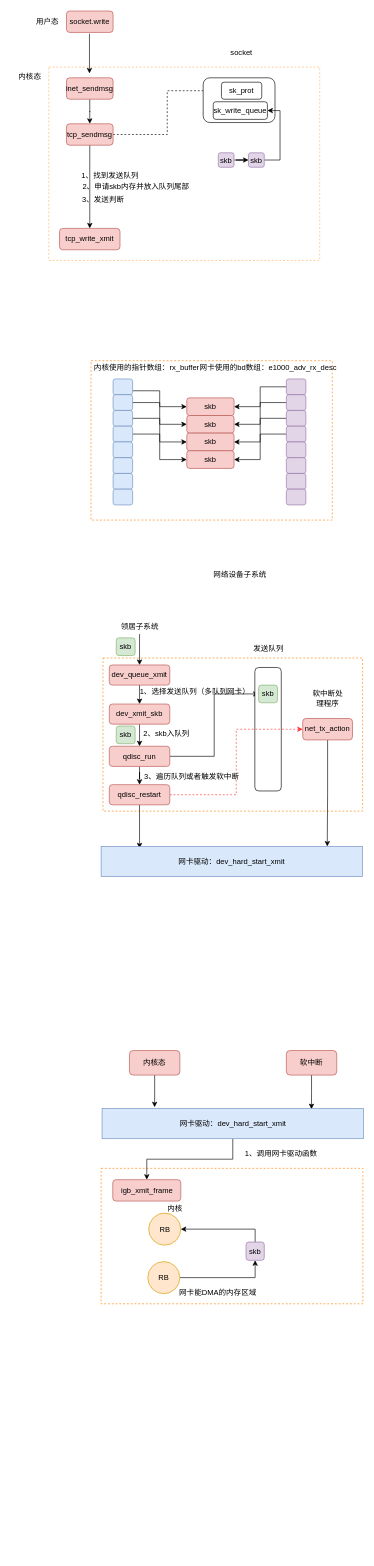
Earlier version of the draw.io diagram linux/Linux内核是如何发送数据的.drawio (xmopen/drawio). Source tidied: cells renumbered, new cells numbered last; positions are measured from the earlier drawing's top-left corner, leaving out a move shared by most shapes. Both pictures are drawn from the tidied source at 63%, with x=0, y=0 at pixel (11, 11).
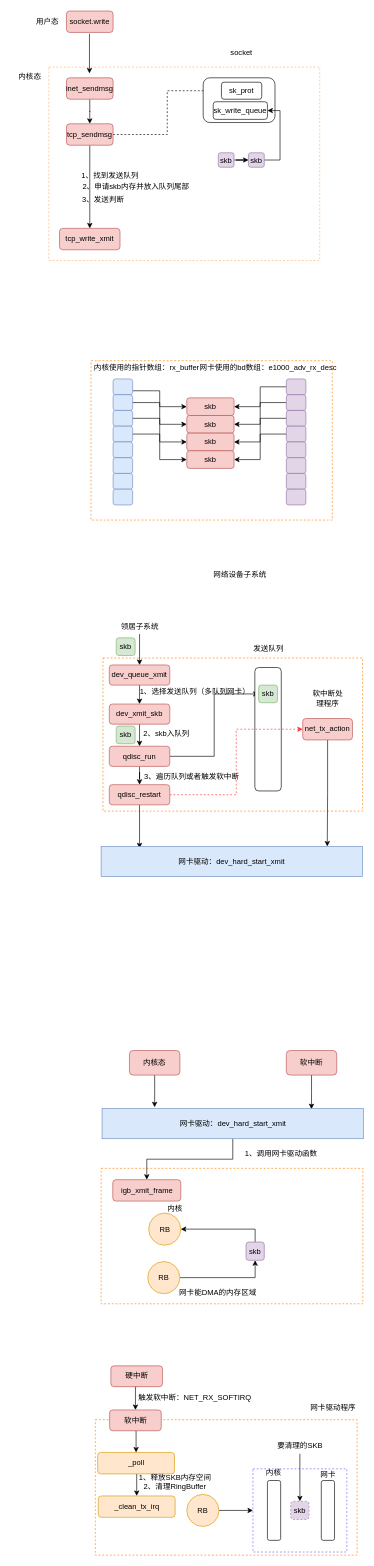
Above is the later version.

Commit message:
feat：网卡清理数据

Change to the diagram source:
```diff
@@
+    <mxCell id="97" style="rounded=0;whiteSpace=wrap;html=1;dashed=1;strokeColor=#FF8000;" parent="1" vertex="1">
+      <mxGeometry x="133.8" y="2236" width="415.5" height="215" as="geometry" />
+    </mxCell>
+    <mxCell id="98" value="网卡驱动程序" style="text;html=1;strokeColor=none;fillColor=none;align=center;verticalAlign=middle;whiteSpace=wrap;rounded=0;" parent="1" vertex="1">
+      <mxGeometry x="473" y="2204" width="77" height="26" as="geometry" />
+    </mxCell>
+    <mxCell id="99" style="edgeStyle=orthogonalEdgeStyle;rounded=0;jettySize=auto;html=1;exitX=0.5;exitY=1;exitDx=0;exitDy=0;entryX=0.5;entryY=0;entryDx=0;entryDy=0;" parent="1" edge="1" source="100" target="102">
+      <mxGeometry relative="1" as="geometry" />
+    </mxCell>
+    <mxCell id="100" value="硬中断" style="rounded=1;whiteSpace=wrap;html=1;fillColor=#f8cecc;strokeColor=#b85450;" parent="1" vertex="1">
+      <mxGeometry x="158.5" y="2150.5" width="82" height="33" as="geometry" />
+    </mxCell>
+    <mxCell id="101" style="edgeStyle=orthogonalEdgeStyle;rounded=0;jettySize=auto;html=1;exitX=0.5;exitY=1;exitDx=0;exitDy=0;entryX=0.5;entryY=0;entryDx=0;entryDy=0;" parent="1" edge="1" source="102" target="105">
+      <mxGeometry relative="1" as="geometry" />
+    </mxCell>
+    <mxCell id="102" value="软中断" style="rounded=1;whiteSpace=wrap;html=1;fillColor=#f8cecc;strokeColor=#b85450;" parent="1" vertex="1">
+      <mxGeometry x="156.5" y="2220.5" width="82" height="33" as="geometry" />
+    </mxCell>
+    <mxCell id="103" value="触发软中断：NET_RX_SOFTIRQ" style="text;html=1;strokeColor=none;fillColor=none;align=center;verticalAlign=middle;whiteSpace=wrap;rounded=0;" parent="1" vertex="1">
+      <mxGeometry x="187" y="2186" width="210" height="32" as="geometry" />
+    </mxCell>
+    <mxCell id="104" style="edgeStyle=orthogonalEdgeStyle;rounded=0;jettySize=auto;html=1;exitX=0.5;exitY=1;exitDx=0;exitDy=0;entryX=0.5;entryY=0;entryDx=0;entryDy=0;" parent="1" edge="1" source="105" target="106">
+      <mxGeometry relative="1" as="geometry" />
+    </mxCell>
+    <mxCell id="105" value="_poll" style="rounded=1;whiteSpace=wrap;html=1;fillColor=#ffe6cc;strokeColor=#d79b00;" parent="1" vertex="1">
+      <mxGeometry x="137.5" y="2288" width="122" height="34" as="geometry" />
+    </mxCell>
+    <mxCell id="106" value="_clean_tx_irq" style="rounded=1;whiteSpace=wrap;html=1;fillColor=#ffe6cc;strokeColor=#d79b00;" parent="1" vertex="1">
+      <mxGeometry x="138.5" y="2357" width="122" height="34" as="geometry" />
+    </mxCell>
+    <mxCell id="107" value="1、释放SKB内存空间&lt;br&gt;2、清理RingBuffer" style="text;html=1;strokeColor=none;fillColor=none;align=center;verticalAlign=middle;whiteSpace=wrap;rounded=0;" parent="1" vertex="1">
+      <mxGeometry x="193" y="2322" width="135" height="25" as="geometry" />
+    </mxCell>
+    <mxCell id="108" style="edgeStyle=orthogonalEdgeStyle;rounded=0;jettySize=auto;html=1;exitX=1;exitY=0.5;exitDx=0;exitDy=0;entryX=0;entryY=0.5;entryDx=0;entryDy=0;" parent="1" edge="1" source="109" target="110">
+      <mxGeometry relative="1" as="geometry" />
+    </mxCell>
+    <mxCell id="109" value="RB" style="ellipse;whiteSpace=wrap;html=1;fillColor=#ffe6cc;strokeColor=#d79b00;" parent="1" vertex="1">
+      <mxGeometry x="279" y="2354.5" width="51" height="51" as="geometry" />
+    </mxCell>
+    <mxCell id="110" style="rounded=0;whiteSpace=wrap;html=1;dashed=1;strokeColor=#6666FF;" parent="1" vertex="1">
+      <mxGeometry x="384" y="2314" width="149" height="132" as="geometry" />
+    </mxCell>
+    <mxCell id="111" style="rounded=1;whiteSpace=wrap;html=1;" parent="1" vertex="1">
+      <mxGeometry x="407" y="2332.5" width="21" height="95" as="geometry" />
+    </mxCell>
+    <mxCell id="112" style="rounded=1;whiteSpace=wrap;html=1;" parent="1" vertex="1">
+      <mxGeometry x="492.5" y="2332.5" width="21" height="95" as="geometry" />
+    </mxCell>
+    <mxCell id="113" value="skb" style="rounded=1;whiteSpace=wrap;html=1;fillColor=#e1d5e7;strokeColor=#9673a6;dashed=1;" parent="1" vertex="1">
+      <mxGeometry x="444" y="2365.5" width="29" height="29" as="geometry" />
+    </mxCell>
+    <mxCell id="114" value="内核" style="text;html=1;strokeColor=none;fillColor=none;align=center;verticalAlign=middle;whiteSpace=wrap;rounded=0;" parent="1" vertex="1">
+      <mxGeometry x="387" y="2305" width="60" height="30" as="geometry" />
+    </mxCell>
+    <mxCell id="115" value="网卡" style="text;html=1;strokeColor=none;fillColor=none;align=center;verticalAlign=middle;whiteSpace=wrap;rounded=0;" parent="1" vertex="1">
+      <mxGeometry x="480.5" y="2311" width="45" height="24" as="geometry" />
+    </mxCell>
+    <mxCell id="116" style="edgeStyle=orthogonalEdgeStyle;rounded=0;jettySize=auto;html=1;exitX=0.5;exitY=1;exitDx=0;exitDy=0;entryX=0.5;entryY=0;entryDx=0;entryDy=0;" parent="1" edge="1" source="117" target="113">
+      <mxGeometry relative="1" as="geometry" />
+    </mxCell>
+    <mxCell id="117" value="要清理的SKB" style="text;html=1;strokeColor=none;fillColor=none;align=center;verticalAlign=middle;whiteSpace=wrap;rounded=0;" parent="1" vertex="1">
+      <mxGeometry x="415.5" y="2264" width="86" height="26" as="geometry" />
+    </mxCell>
```
